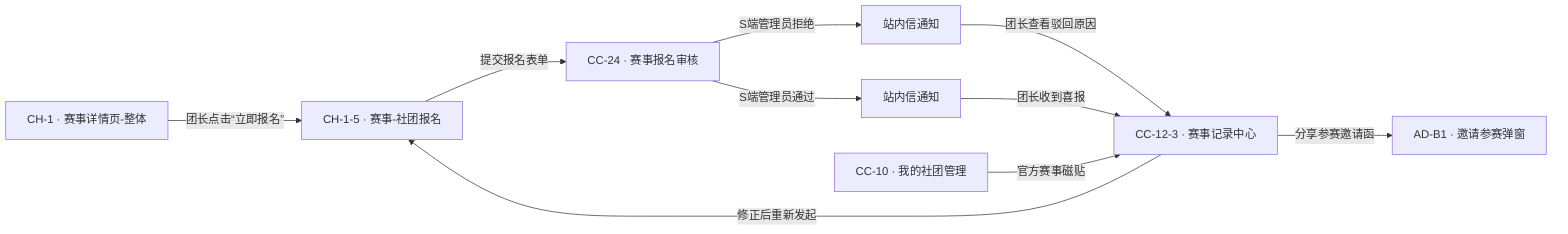
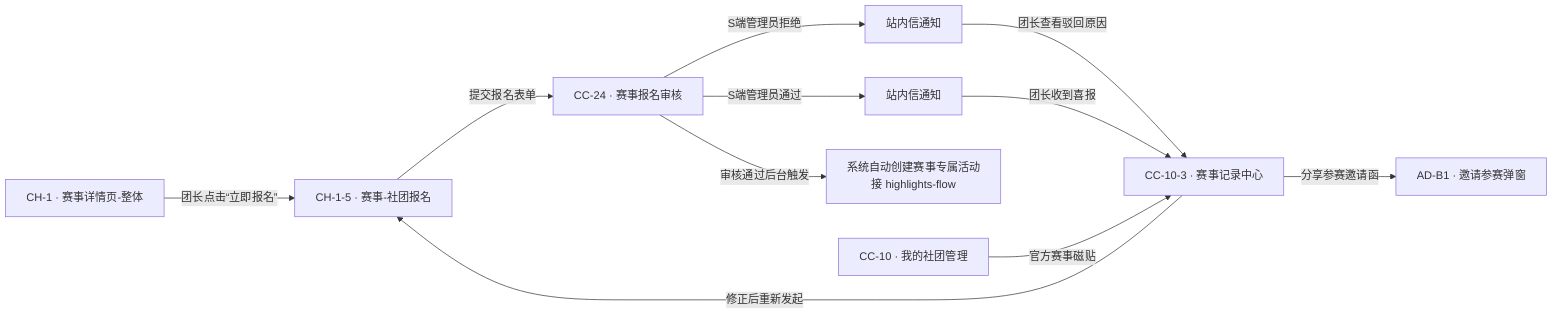
graph LR
    A[CH-1 · 赛事详情页-整体] -- 团长点击“立即报名” --> B[CH-1-5 · 赛事-社团报名]
    B -- 提交报名表单 --> C[CC-24 · 赛事报名审核]
    C -- S端管理员拒绝 --> D[站内信通知]
-     D -- 团长查看驳回原因 --> E[CC-12-3 · 赛事记录中心]
+     D -- 团长查看驳回原因 --> E[CC-10-3 · 赛事记录中心]
    E -- 修正后重新发起 --> B

    C -- S端管理员通过 --> F[站内信通知]
    F -- 团长收到喜报 --> E
    E -- 分享参赛邀请函 --> G[AD-B1 · 邀请参赛弹窗]

-     H[CC-10 · 我的社团管理] -- 官方赛事磁贴 --> E
+     C -- 审核通过后台触发 --> H[系统自动创建赛事专属活动 \n 接 highlights-flow]
+ 
+     I[CC-10 · 我的社团管理] -- 官方赛事磁贴 --> E
